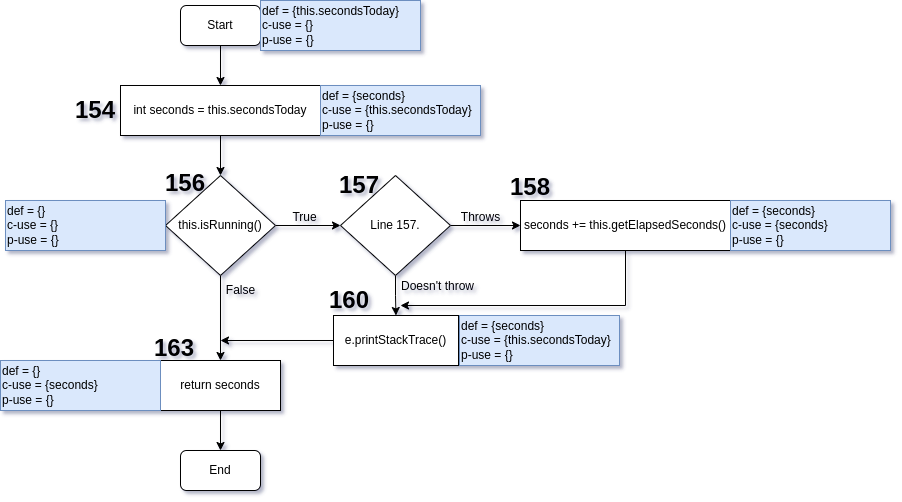
Above: assignments/8_dataflow_analysis/dataflow_graphs/dataflow_graph_1.png in JoaoCostaIFG/tvvs (draw.io), before the change. Source tidied: cells renumbered, new cells last; positions are measured from the earlier drawing's top-left corner, leaving out a move shared by most shapes. Source of this version:
```xml
<mxGraphModel>
  <root>
    <mxCell id="0" />
    <mxCell id="1" parent="0" />
    <mxCell id="2" style="edgeStyle=orthogonalEdgeStyle;rounded=0;jettySize=auto;html=1;exitX=0.5;exitY=1;exitDx=0;exitDy=0;entryX=0.5;entryY=0;entryDx=0;entryDy=0;" parent="1" edge="1" source="3" target="5">
      <mxGeometry relative="1" as="geometry" />
    </mxCell>
    <mxCell id="3" value="Start" style="rounded=1;whiteSpace=wrap;html=1;" parent="1" vertex="1">
      <mxGeometry x="180" y="5" width="80" height="40" as="geometry" />
    </mxCell>
    <mxCell id="4" style="edgeStyle=orthogonalEdgeStyle;rounded=0;jettySize=auto;html=1;" parent="1" edge="1" source="5" target="9">
      <mxGeometry relative="1" as="geometry" />
    </mxCell>
    <mxCell id="5" value="int seconds = this.secondsToday" style="rounded=0;whiteSpace=wrap;html=1;gradientColor=none;" parent="1" vertex="1">
      <mxGeometry x="120" y="85" width="200" height="50" as="geometry" />
    </mxCell>
    <mxCell id="6" value="def = {seconds}&lt;br&gt;c-use = {this.secondsToday}&lt;br&gt;p-use = {}" style="text;html=1;strokeColor=#6c8ebf;fillColor=#dae8fc;align=left;verticalAlign=middle;whiteSpace=wrap;rounded=0;" parent="1" vertex="1">
      <mxGeometry x="320" y="85" width="160" height="50" as="geometry" />
    </mxCell>
    <mxCell id="7" style="edgeStyle=orthogonalEdgeStyle;rounded=0;jettySize=auto;html=1;fontSize=24;entryX=0;entryY=0.5;entryDx=0;entryDy=0;" parent="1" edge="1" source="9" target="20">
      <mxGeometry relative="1" as="geometry" />
    </mxCell>
    <mxCell id="8" style="edgeStyle=orthogonalEdgeStyle;rounded=0;jettySize=auto;html=1;fontSize=12;" parent="1" edge="1" source="9" target="14">
      <mxGeometry relative="1" as="geometry" />
    </mxCell>
    <mxCell id="9" value="this.isRunning()" style="rhombus;whiteSpace=wrap;html=1;gradientColor=none;" parent="1" vertex="1">
      <mxGeometry x="165" y="175" width="110" height="100" as="geometry" />
    </mxCell>
    <mxCell id="10" value="&lt;font style=&quot;font-size: 24px;&quot;&gt;154&lt;/font&gt;" style="text;html=1;strokeColor=none;fillColor=none;align=center;verticalAlign=middle;whiteSpace=wrap;rounded=0;fontStyle=1;" parent="1" vertex="1">
      <mxGeometry x="70" y="85" width="50" height="50" as="geometry" />
    </mxCell>
    <mxCell id="11" value="&lt;font style=&quot;font-size: 24px;&quot;&gt;156&lt;/font&gt;" style="text;html=1;strokeColor=none;fillColor=none;align=center;verticalAlign=middle;whiteSpace=wrap;rounded=0;fontStyle=1;" parent="1" vertex="1">
      <mxGeometry x="165" y="158" width="40" height="50" as="geometry" />
    </mxCell>
    <mxCell id="12" value="&lt;font style=&quot;font-size: 12px;&quot;&gt;True&lt;/font&gt;" style="text;html=1;align=center;verticalAlign=middle;strokeColor=none;fillColor=none;fontSize=24;" parent="1" vertex="1">
      <mxGeometry x="279" y="193" width="50" height="40" as="geometry" />
    </mxCell>
    <mxCell id="13" style="edgeStyle=orthogonalEdgeStyle;rounded=0;jettySize=auto;html=1;fontSize=12;" parent="1" edge="1" source="14" target="16">
      <mxGeometry relative="1" as="geometry" />
    </mxCell>
    <mxCell id="14" value="return seconds" style="rounded=0;whiteSpace=wrap;html=1;gradientColor=none;" parent="1" vertex="1">
      <mxGeometry x="160" y="360" width="120" height="50" as="geometry" />
    </mxCell>
    <mxCell id="15" value="&lt;font style=&quot;font-size: 12px;&quot;&gt;False&lt;/font&gt;" style="text;html=1;align=center;verticalAlign=middle;strokeColor=none;fillColor=none;fontSize=24;" parent="1" vertex="1">
      <mxGeometry x="215" y="266" width="50" height="40" as="geometry" />
    </mxCell>
    <mxCell id="16" value="End" style="rounded=1;whiteSpace=wrap;html=1;" parent="1" vertex="1">
      <mxGeometry x="180" y="450" width="80" height="40" as="geometry" />
    </mxCell>
    <mxCell id="17" value="def = {}&lt;br&gt;c-use = {}&lt;br&gt;p-use = {}" style="text;html=1;strokeColor=#6c8ebf;fillColor=#dae8fc;align=left;verticalAlign=middle;whiteSpace=wrap;rounded=0;" parent="1" vertex="1">
      <mxGeometry x="5" y="200" width="160" height="50" as="geometry" />
    </mxCell>
    <mxCell id="18" style="edgeStyle=orthogonalEdgeStyle;rounded=0;jettySize=auto;html=1;fontSize=12;" parent="1" edge="1" source="20" target="22">
      <mxGeometry relative="1" as="geometry" />
    </mxCell>
    <mxCell id="19" style="edgeStyle=orthogonalEdgeStyle;rounded=0;jettySize=auto;html=1;fontSize=12;" parent="1" edge="1" source="20" target="30">
      <mxGeometry relative="1" as="geometry" />
    </mxCell>
    <mxCell id="20" value="Line 157." style="rhombus;whiteSpace=wrap;html=1;gradientColor=none;" parent="1" vertex="1">
      <mxGeometry x="340" y="175" width="110" height="100" as="geometry" />
    </mxCell>
    <mxCell id="21" style="edgeStyle=orthogonalEdgeStyle;rounded=0;jettySize=auto;html=1;fontSize=12;" parent="1" edge="1" source="22">
      <mxGeometry relative="1" as="geometry">
        <mxPoint x="400" y="305" as="targetPoint" />
        <Array as="points">
          <mxPoint x="625" y="305" />
        </Array>
      </mxGeometry>
    </mxCell>
    <mxCell id="22" value="seconds += this.getElapsedSeconds()" style="rounded=0;whiteSpace=wrap;html=1;gradientColor=none;" parent="1" vertex="1">
      <mxGeometry x="520" y="200" width="210" height="50" as="geometry" />
    </mxCell>
    <mxCell id="23" value="def = {seconds}&lt;br&gt;c-use = {seconds}&lt;br&gt;p-use = {}" style="text;html=1;strokeColor=#6c8ebf;fillColor=#dae8fc;align=left;verticalAlign=middle;whiteSpace=wrap;rounded=0;" parent="1" vertex="1">
      <mxGeometry x="730" y="200" width="160" height="50" as="geometry" />
    </mxCell>
    <mxCell id="24" value="def = {this.secondsToday}&lt;br&gt;c-use = {}&lt;br&gt;p-use = {}" style="text;html=1;strokeColor=#6c8ebf;fillColor=#dae8fc;align=left;verticalAlign=middle;whiteSpace=wrap;rounded=0;" parent="1" vertex="1">
      <mxGeometry x="260" width="160" height="50" as="geometry" />
    </mxCell>
    <mxCell id="25" value="&lt;font style=&quot;font-size: 12px;&quot;&gt;Throws&lt;/font&gt;" style="text;html=1;align=center;verticalAlign=middle;strokeColor=none;fillColor=none;fontSize=24;" parent="1" vertex="1">
      <mxGeometry x="450" y="193" width="60" height="40" as="geometry" />
    </mxCell>
    <mxCell id="26" value="&lt;font style=&quot;font-size: 24px;&quot;&gt;157&lt;br&gt;&lt;/font&gt;" style="text;html=1;strokeColor=none;fillColor=none;align=center;verticalAlign=middle;whiteSpace=wrap;rounded=0;fontStyle=1;" parent="1" vertex="1">
      <mxGeometry x="339" y="160" width="40" height="50" as="geometry" />
    </mxCell>
    <mxCell id="27" value="&lt;font style=&quot;font-size: 24px;&quot;&gt;163&lt;/font&gt;" style="text;html=1;strokeColor=none;fillColor=none;align=center;verticalAlign=middle;whiteSpace=wrap;rounded=0;fontStyle=1;" parent="1" vertex="1">
      <mxGeometry x="154" y="323" width="40" height="50" as="geometry" />
    </mxCell>
    <mxCell id="28" value="def = {}&lt;br&gt;c-use = {seconds}&lt;br&gt;p-use = {}" style="text;html=1;strokeColor=#6c8ebf;fillColor=#dae8fc;align=left;verticalAlign=middle;whiteSpace=wrap;rounded=0;" parent="1" vertex="1">
      <mxGeometry y="360" width="160" height="50" as="geometry" />
    </mxCell>
    <mxCell id="29" value="&lt;font style=&quot;font-size: 24px;&quot;&gt;158&lt;br&gt;&lt;/font&gt;" style="text;html=1;strokeColor=none;fillColor=none;align=center;verticalAlign=middle;whiteSpace=wrap;rounded=0;fontStyle=1;" parent="1" vertex="1">
      <mxGeometry x="510" y="162" width="40" height="50" as="geometry" />
    </mxCell>
    <mxCell id="30" value="e.printStackTrace()" style="rounded=0;whiteSpace=wrap;html=1;gradientColor=none;" parent="1" vertex="1">
      <mxGeometry x="333" y="315" width="125" height="50" as="geometry" />
    </mxCell>
    <mxCell id="31" value="def = {seconds}&lt;br&gt;c-use = {this.secondsToday}&lt;br&gt;p-use = {}" style="text;html=1;strokeColor=#6c8ebf;fillColor=#dae8fc;align=left;verticalAlign=middle;whiteSpace=wrap;rounded=0;" parent="1" vertex="1">
      <mxGeometry x="459" y="315" width="160" height="50" as="geometry" />
    </mxCell>
    <mxCell id="32" value="&lt;font style=&quot;font-size: 12px;&quot;&gt;Doesn't throw&lt;/font&gt;" style="text;html=1;align=center;verticalAlign=middle;strokeColor=none;fillColor=none;fontSize=24;" parent="1" vertex="1">
      <mxGeometry x="387" y="262" width="100" height="40" as="geometry" />
    </mxCell>
    <mxCell id="33" style="endArrow=classic;html=1;rounded=0;fontSize=12;exitX=0;exitY=0.5;exitDx=0;exitDy=0;" parent="1" edge="1" source="30">
      <mxGeometry relative="1" as="geometry">
        <mxPoint x="220" y="340" as="targetPoint" />
      </mxGeometry>
    </mxCell>
    <mxCell id="34" value="&lt;font style=&quot;font-size: 24px;&quot;&gt;160&lt;br&gt;&lt;/font&gt;" style="text;html=1;strokeColor=none;fillColor=none;align=center;verticalAlign=middle;whiteSpace=wrap;rounded=0;fontStyle=1;" parent="1" vertex="1">
      <mxGeometry x="329" y="275" width="40" height="50" as="geometry" />
    </mxCell>
  </root>
</mxGraphModel>
```
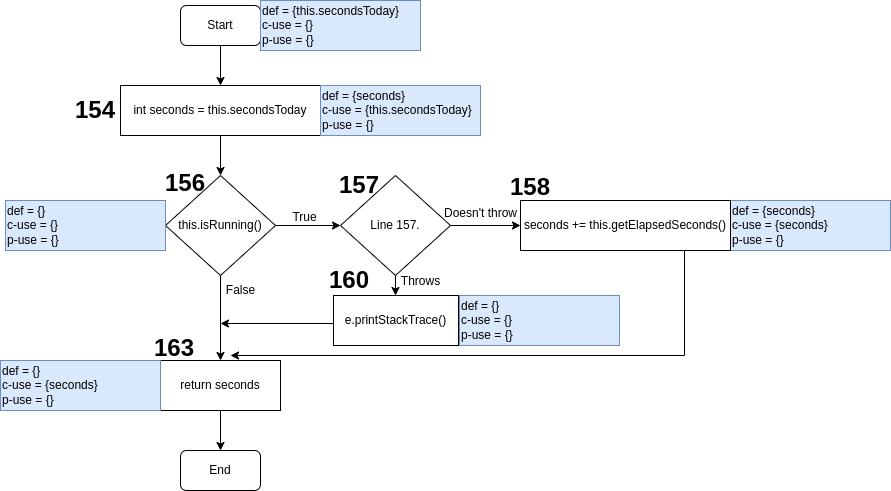
The same file after the commit.

Commit message:
Add table for dataflow 1

What changed in the source:
```diff
@@ -50,34 +50,31 @@
     <mxCell id="17" value="def = {}&lt;br&gt;c-use = {}&lt;br&gt;p-use = {}" style="text;html=1;strokeColor=#6c8ebf;fillColor=#dae8fc;align=left;verticalAlign=middle;whiteSpace=wrap;rounded=0;" parent="1" vertex="1">
       <mxGeometry x="5" y="200" width="160" height="50" as="geometry" />
     </mxCell>
-    <mxCell id="18" style="edgeStyle=orthogonalEdgeStyle;rounded=0;jettySize=auto;html=1;fontSize=12;" parent="1" edge="1" source="20" target="22">
-      <mxGeometry relative="1" as="geometry" />
+    <mxCell id="18" style="edgeStyle=orthogonalEdgeStyle;rounded=0;jettySize=auto;html=1;fontSize=12;" parent="1" edge="1" source="20">
+      <mxGeometry relative="1" as="geometry">
+        <mxPoint x="520" y="225" as="targetPoint" />
+      </mxGeometry>
     </mxCell>
-    <mxCell id="19" style="edgeStyle=orthogonalEdgeStyle;rounded=0;jettySize=auto;html=1;fontSize=12;" parent="1" edge="1" source="20" target="30">
+    <mxCell id="19" style="edgeStyle=orthogonalEdgeStyle;rounded=0;jettySize=auto;html=1;fontSize=12;entryX=0.495;entryY=0.012;entryDx=0;entryDy=0;entryPerimeter=0;" parent="1" edge="1" source="20" target="30">
       <mxGeometry relative="1" as="geometry" />
     </mxCell>
     <mxCell id="20" value="Line 157." style="rhombus;whiteSpace=wrap;html=1;gradientColor=none;" parent="1" vertex="1">
       <mxGeometry x="340" y="175" width="110" height="100" as="geometry" />
     </mxCell>
-    <mxCell id="21" style="edgeStyle=orthogonalEdgeStyle;rounded=0;jettySize=auto;html=1;fontSize=12;" parent="1" edge="1" source="22">
+    <mxCell id="21" style="edgeStyle=orthogonalEdgeStyle;rounded=0;orthogonalLoop=1;jettySize=auto;html=1;fontSize=12;" parent="1" edge="1">
       <mxGeometry relative="1" as="geometry">
-        <mxPoint x="400" y="305" as="targetPoint" />
+        <mxPoint x="684" y="250" as="sourcePoint" />
+        <mxPoint x="230" y="355" as="targetPoint" />
         <Array as="points">
-          <mxPoint x="625" y="305" />
+          <mxPoint x="684" y="355" />
         </Array>
       </mxGeometry>
     </mxCell>
-    <mxCell id="22" value="seconds += this.getElapsedSeconds()" style="rounded=0;whiteSpace=wrap;html=1;gradientColor=none;" parent="1" vertex="1">
-      <mxGeometry x="520" y="200" width="210" height="50" as="geometry" />
-    </mxCell>
-    <mxCell id="23" value="def = {seconds}&lt;br&gt;c-use = {seconds}&lt;br&gt;p-use = {}" style="text;html=1;strokeColor=#6c8ebf;fillColor=#dae8fc;align=left;verticalAlign=middle;whiteSpace=wrap;rounded=0;" parent="1" vertex="1">
-      <mxGeometry x="730" y="200" width="160" height="50" as="geometry" />
-    </mxCell>
     <mxCell id="24" value="def = {this.secondsToday}&lt;br&gt;c-use = {}&lt;br&gt;p-use = {}" style="text;html=1;strokeColor=#6c8ebf;fillColor=#dae8fc;align=left;verticalAlign=middle;whiteSpace=wrap;rounded=0;" parent="1" vertex="1">
       <mxGeometry x="260" width="160" height="50" as="geometry" />
     </mxCell>
     <mxCell id="25" value="&lt;font style=&quot;font-size: 12px;&quot;&gt;Throws&lt;/font&gt;" style="text;html=1;align=center;verticalAlign=middle;strokeColor=none;fillColor=none;fontSize=24;" parent="1" vertex="1">
-      <mxGeometry x="450" y="193" width="60" height="40" as="geometry" />
+      <mxGeometry x="390" y="257" width="60" height="40" as="geometry" />
     </mxCell>
     <mxCell id="26" value="&lt;font style=&quot;font-size: 24px;&quot;&gt;157&lt;br&gt;&lt;/font&gt;" style="text;html=1;strokeColor=none;fillColor=none;align=center;verticalAlign=middle;whiteSpace=wrap;rounded=0;fontStyle=1;" parent="1" vertex="1">
       <mxGeometry x="339" y="160" width="40" height="50" as="geometry" />
@@ -88,25 +85,32 @@
     <mxCell id="28" value="def = {}&lt;br&gt;c-use = {seconds}&lt;br&gt;p-use = {}" style="text;html=1;strokeColor=#6c8ebf;fillColor=#dae8fc;align=left;verticalAlign=middle;whiteSpace=wrap;rounded=0;" parent="1" vertex="1">
       <mxGeometry y="360" width="160" height="50" as="geometry" />
     </mxCell>
-    <mxCell id="29" value="&lt;font style=&quot;font-size: 24px;&quot;&gt;158&lt;br&gt;&lt;/font&gt;" style="text;html=1;strokeColor=none;fillColor=none;align=center;verticalAlign=middle;whiteSpace=wrap;rounded=0;fontStyle=1;" parent="1" vertex="1">
-      <mxGeometry x="510" y="162" width="40" height="50" as="geometry" />
-    </mxCell>
-    <mxCell id="30" value="e.printStackTrace()" style="rounded=0;whiteSpace=wrap;html=1;gradientColor=none;" parent="1" vertex="1">
-      <mxGeometry x="333" y="315" width="125" height="50" as="geometry" />
-    </mxCell>
-    <mxCell id="31" value="def = {seconds}&lt;br&gt;c-use = {this.secondsToday}&lt;br&gt;p-use = {}" style="text;html=1;strokeColor=#6c8ebf;fillColor=#dae8fc;align=left;verticalAlign=middle;whiteSpace=wrap;rounded=0;" parent="1" vertex="1">
-      <mxGeometry x="459" y="315" width="160" height="50" as="geometry" />
-    </mxCell>
     <mxCell id="32" value="&lt;font style=&quot;font-size: 12px;&quot;&gt;Doesn't throw&lt;/font&gt;" style="text;html=1;align=center;verticalAlign=middle;strokeColor=none;fillColor=none;fontSize=24;" parent="1" vertex="1">
-      <mxGeometry x="387" y="262" width="100" height="40" as="geometry" />
+      <mxGeometry x="430" y="189" width="100" height="40" as="geometry" />
     </mxCell>
-    <mxCell id="33" style="endArrow=classic;html=1;rounded=0;fontSize=12;exitX=0;exitY=0.5;exitDx=0;exitDy=0;" parent="1" edge="1" source="30">
+    <mxCell id="33" style="endArrow=classic;html=1;rounded=0;fontSize=12;exitX=0;exitY=0.5;exitDx=0;exitDy=0;" parent="1" edge="1">
       <mxGeometry relative="1" as="geometry">
-        <mxPoint x="220" y="340" as="targetPoint" />
+        <mxPoint x="333" y="323" as="sourcePoint" />
+        <mxPoint x="220" y="323" as="targetPoint" />
       </mxGeometry>
     </mxCell>
+    <mxCell id="30" value="e.printStackTrace()" style="rounded=0;whiteSpace=wrap;html=1;gradientColor=none;" parent="1" vertex="1">
+      <mxGeometry x="333" y="295" width="125" height="50" as="geometry" />
+    </mxCell>
+    <mxCell id="35" value="def = {}&lt;br&gt;c-use = {}&lt;br&gt;p-use = {}" style="text;html=1;strokeColor=#6c8ebf;fillColor=#dae8fc;align=left;verticalAlign=middle;whiteSpace=wrap;rounded=0;" parent="1" vertex="1">
+      <mxGeometry x="459" y="295" width="160" height="50" as="geometry" />
+    </mxCell>
     <mxCell id="34" value="&lt;font style=&quot;font-size: 24px;&quot;&gt;160&lt;br&gt;&lt;/font&gt;" style="text;html=1;strokeColor=none;fillColor=none;align=center;verticalAlign=middle;whiteSpace=wrap;rounded=0;fontStyle=1;" parent="1" vertex="1">
-      <mxGeometry x="329" y="275" width="40" height="50" as="geometry" />
+      <mxGeometry x="329" y="255" width="40" height="50" as="geometry" />
     </mxCell>
+    <mxCell id="23" value="def = {seconds}&lt;br&gt;c-use = {seconds}&lt;br&gt;p-use = {}" style="text;html=1;strokeColor=#6c8ebf;fillColor=#dae8fc;align=left;verticalAlign=middle;whiteSpace=wrap;rounded=0;" parent="1" vertex="1">
+      <mxGeometry x="730" y="200" width="160" height="50" as="geometry" />
+    </mxCell>
+    <mxCell id="22" value="seconds += this.getElapsedSeconds()" style="rounded=0;whiteSpace=wrap;html=1;gradientColor=none;" parent="1" vertex="1">
+      <mxGeometry x="520" y="200" width="210" height="50" as="geometry" />
+    </mxCell>
+    <mxCell id="29" value="&lt;font style=&quot;font-size: 24px;&quot;&gt;158&lt;br&gt;&lt;/font&gt;" style="text;html=1;strokeColor=none;fillColor=none;align=center;verticalAlign=middle;whiteSpace=wrap;rounded=0;fontStyle=1;" parent="1" vertex="1">
+      <mxGeometry x="510" y="162" width="40" height="50" as="geometry" />
+    </mxCell>
   </root>
 </mxGraphModel>
```
